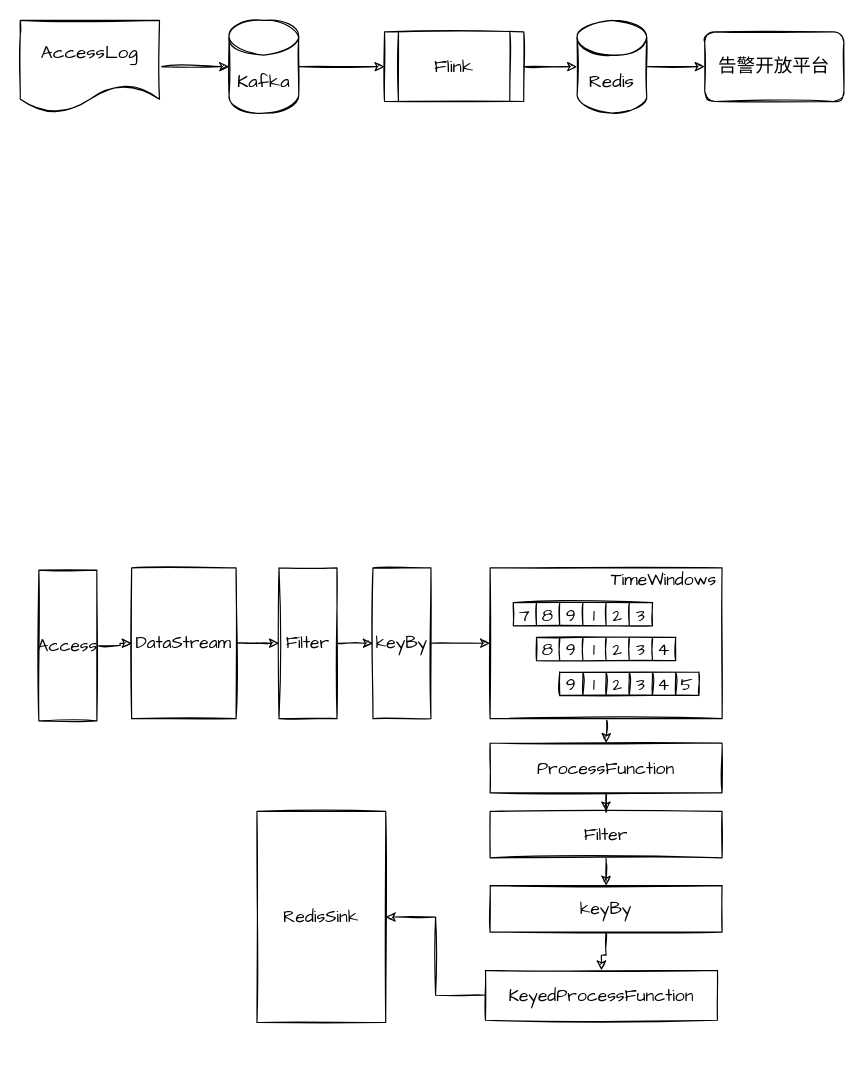
This is page "第 13 页" (12 of 12) of shuzhi.drawio from nullbull/uml, a draw.io file, before an edit. Source tidied: cells renumbered, new cells numbered last; positions are measured from the earlier drawing's top-left corner, leaving out a move shared by most shapes. Both pictures are drawn from the tidied source at 116%, with x=0, y=0 at pixel (20, 20).
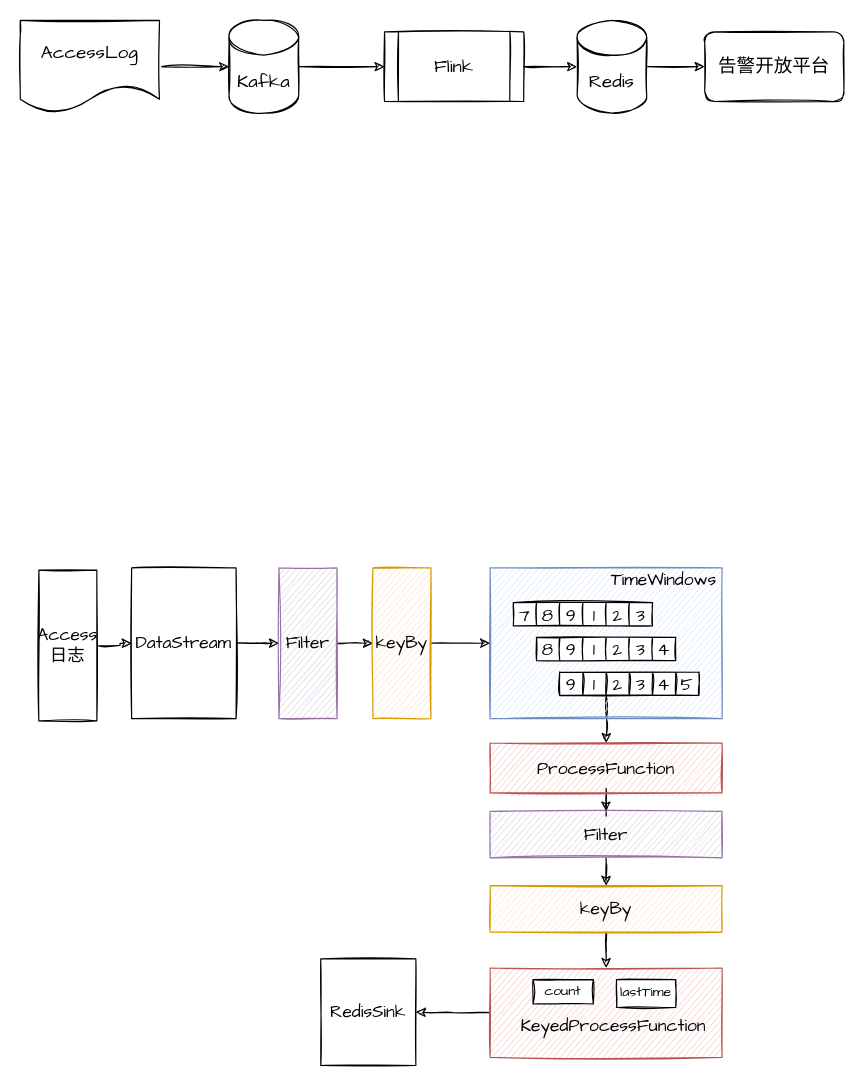
The same page after the edit.

Change to the diagram source:
```diff
@@
-    <mxCell id="12" value="Access" style="rounded=0;whiteSpace=wrap;html=1;sketch=1;fontFamily=Comic Sans MS;fontSize=15;" parent="1" vertex="1">
+    <mxCell id="12" value="Access日志" style="rounded=0;whiteSpace=wrap;html=1;sketch=1;fontFamily=Comic Sans MS;fontSize=15;" parent="1" vertex="1">
       <mxGeometry x="16" y="474" width="50" height="130" as="geometry" />
     </mxCell>
@@
-    <mxCell id="16" value="Filter" style="rounded=0;whiteSpace=wrap;html=1;sketch=1;fontFamily=Comic Sans MS;fontSize=15;" parent="1" vertex="1">
+    <mxCell id="16" value="Filter" style="rounded=0;whiteSpace=wrap;html=1;sketch=1;fontFamily=Comic Sans MS;fontSize=15;fillColor=#e1d5e7;strokeColor=#9673a6;" parent="1" vertex="1">
       <mxGeometry x="223" y="472" width="50" height="130" as="geometry" />
     </mxCell>
@@
-    <mxCell id="19" value="ProcessFunction" style="rounded=0;whiteSpace=wrap;html=1;sketch=1;fontFamily=Comic Sans MS;fontSize=15;" parent="1" vertex="1">
+    <mxCell id="19" value="ProcessFunction" style="rounded=0;whiteSpace=wrap;html=1;sketch=1;fontFamily=Comic Sans MS;fontSize=15;fillColor=#f8cecc;strokeColor=#b85450;" parent="1" vertex="1">
       <mxGeometry x="405" y="623" width="200" height="43" as="geometry" />
     </mxCell>
@@
-    <mxCell id="21" value="KeyedProcessFunction" style="rounded=0;whiteSpace=wrap;html=1;sketch=1;fontFamily=Comic Sans MS;fontSize=15;" parent="1" vertex="1">
-      <mxGeometry x="401" y="819" width="200" height="43" as="geometry" />
+    <mxCell id="21" style="rounded=0;whiteSpace=wrap;html=1;sketch=1;fontFamily=Comic Sans MS;fontSize=15;fillColor=#f8cecc;strokeColor=#b85450;" parent="1" vertex="1">
+      <mxGeometry x="405" y="817" width="200" height="77" as="geometry" />
     </mxCell>
@@
-    <mxCell id="23" value="Filter" style="rounded=0;whiteSpace=wrap;html=1;sketch=1;fontFamily=Comic Sans MS;fontSize=15;" parent="1" vertex="1">
+    <mxCell id="23" value="Filter" style="rounded=0;whiteSpace=wrap;html=1;sketch=1;fontFamily=Comic Sans MS;fontSize=15;fillColor=#e1d5e7;strokeColor=#9673a6;" parent="1" vertex="1">
       <mxGeometry x="405" y="682" width="200" height="40" as="geometry" />
     </mxCell>
@@
-    <mxCell id="26" style="rounded=0;whiteSpace=wrap;html=1;sketch=1;fontFamily=Comic Sans MS;fontSize=15;" parent="1" vertex="1">
+    <mxCell id="26" style="rounded=0;whiteSpace=wrap;html=1;sketch=1;fontFamily=Comic Sans MS;fontSize=15;fillColor=#dae8fc;strokeColor=#6c8ebf;" parent="1" vertex="1">
       <mxGeometry x="405" y="472" width="200" height="130" as="geometry" />
     </mxCell>
@@
     <mxCell id="52" value="RedisSink" style="rounded=0;whiteSpace=wrap;html=1;sketch=1;fontFamily=Comic Sans MS;fontSize=15;direction=south;" parent="1" vertex="1">
-      <mxGeometry x="204" y="682" width="111" height="182" as="geometry" />
+      <mxGeometry x="259" y="809" width="82" height="92" as="geometry" />
     </mxCell>
@@
-    <mxCell id="54" value="keyBy" style="rounded=0;whiteSpace=wrap;html=1;sketch=1;fontFamily=Comic Sans MS;fontSize=15;" parent="1" vertex="1">
+    <mxCell id="54" value="keyBy" style="rounded=0;whiteSpace=wrap;html=1;sketch=1;fontFamily=Comic Sans MS;fontSize=15;fillColor=#ffe6cc;strokeColor=#d79b00;" parent="1" vertex="1">
       <mxGeometry x="304" y="472" width="50" height="130" as="geometry" />
     </mxCell>
@@
-    <mxCell id="56" value="keyBy" style="rounded=0;whiteSpace=wrap;html=1;sketch=1;fontFamily=Comic Sans MS;fontSize=15;" parent="1" vertex="1">
+    <mxCell id="56" value="keyBy" style="rounded=0;whiteSpace=wrap;html=1;sketch=1;fontFamily=Comic Sans MS;fontSize=15;fillColor=#ffe6cc;strokeColor=#d79b00;" parent="1" vertex="1">
       <mxGeometry x="405" y="746" width="200" height="40" as="geometry" />
     </mxCell>
+    <mxCell id="57" value="lastTime" style="rounded=0;whiteSpace=wrap;html=1;sketch=1;fontFamily=Comic Sans MS;" parent="1" vertex="1">
+      <mxGeometry x="514" y="827" width="51" height="24" as="geometry" />
+    </mxCell>
+    <mxCell id="58" value="&lt;span style=&quot;font-family: &amp;#34;comic sans ms&amp;#34; ; font-size: 15px&quot;&gt;KeyedProcessFunction&lt;/span&gt;" style="text;html=1;strokeColor=none;fillColor=none;align=center;verticalAlign=middle;whiteSpace=wrap;rounded=0;" parent="1" vertex="1">
+      <mxGeometry x="458" y="857" width="107" height="20" as="geometry" />
+    </mxCell>
+    <mxCell id="59" value="count" style="rounded=0;whiteSpace=wrap;html=1;sketch=1;fontFamily=Comic Sans MS;" parent="1" vertex="1">
+      <mxGeometry x="442" y="827" width="52" height="21" as="geometry" />
+    </mxCell>
```
